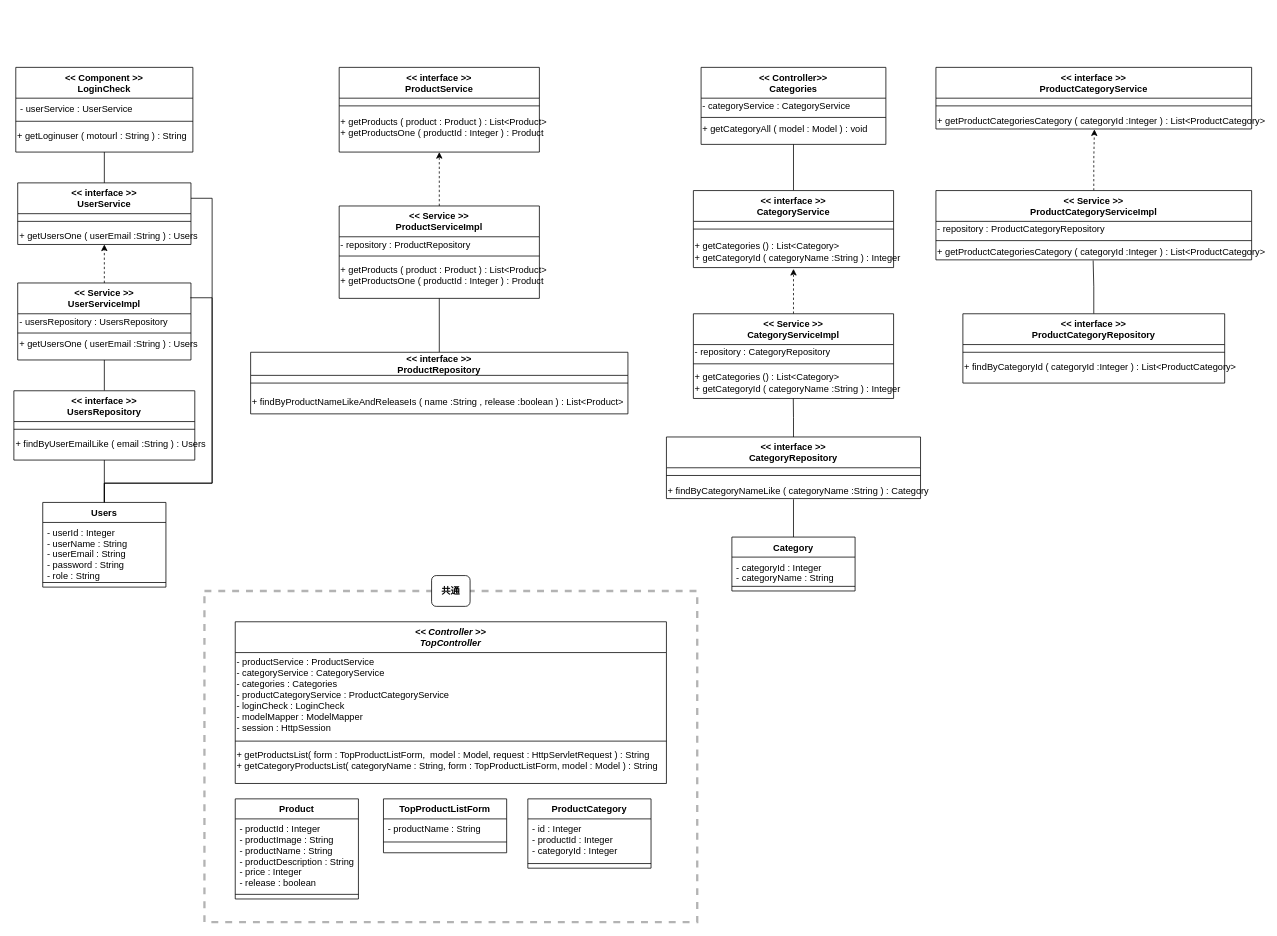
Earlier version of the draw.io diagram page "topページ表示" (1 of 13) of クラス図4.drawio (kumikoarai/ecsite). Source tidied: cells renumbered, new cells numbered last; positions are measured from the earlier drawing's top-left corner, leaving out a move shared by most shapes. Both pictures are drawn from the tidied source at 77%, with x=0, y=0 at pixel (13, 67).
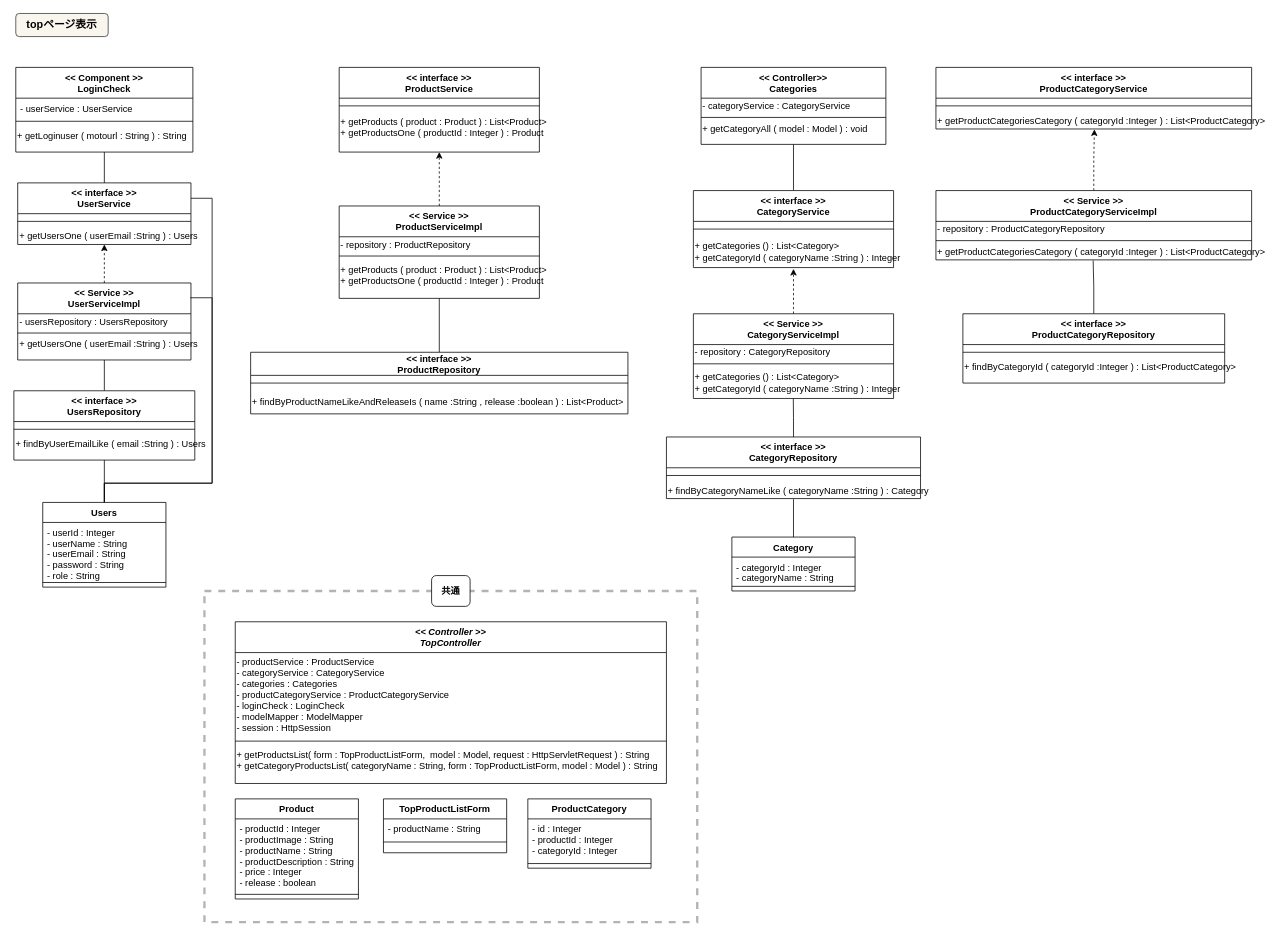
The same page after the edit.

The edit, as a diff of the source:
```diff
@@
+    <mxCell id="85" value="topページ表示" style="rounded=1;whiteSpace=wrap;html=1;fontStyle=1;fontSize=14;labelBackgroundColor=none;fillColor=#f9f7ed;strokeColor=#36393d;" parent="1" vertex="1">
+      <mxGeometry x="3" y="-70" width="120" height="30" as="geometry" />
+    </mxCell>
```
